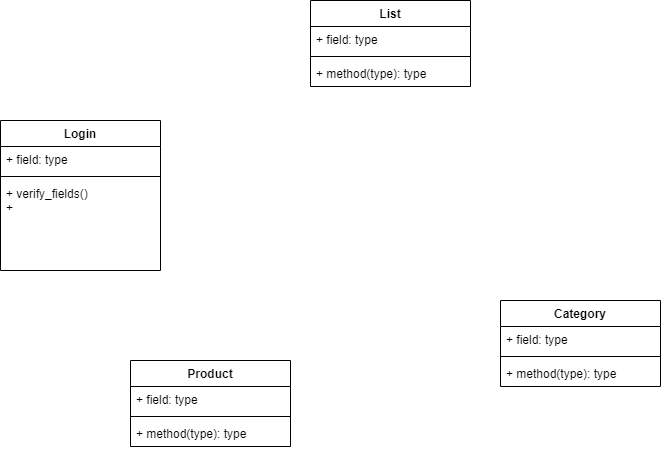
The draw.io diagram Diagrama de clases Obligatorio.png in ezio815/obligatorio_jap, before a commit. Source tidied: cells renumbered, new cells last; positions are measured from the earlier drawing's top-left corner, leaving out a move shared by most shapes. The source it was exported from:
```xml
<mxGraphModel>
  <root>
    <mxCell id="0" />
    <mxCell id="1" parent="0" />
    <mxCell id="2" value="Login" style="swimlane;fontStyle=1;align=center;verticalAlign=top;horizontal=1;startSize=26;" parent="1" vertex="1">
      <mxGeometry y="120" width="160" height="150" as="geometry" />
    </mxCell>
    <mxCell id="3" value="+ field: type" style="text;strokeColor=none;fillColor=none;align=left;verticalAlign=top;spacingLeft=4;spacingRight=4;overflow=hidden;" parent="2" vertex="1">
      <mxGeometry y="26" width="160" height="26" as="geometry" />
    </mxCell>
    <mxCell id="4" style="line;strokeWidth=1;fillColor=none;align=left;verticalAlign=middle;spacingTop=-1;spacingLeft=3;spacingRight=3;labelPosition=right;" parent="2" vertex="1">
      <mxGeometry y="52" width="160" height="8" as="geometry" />
    </mxCell>
    <mxCell id="5" value="+ verify_fields()&#10;+" style="text;strokeColor=none;fillColor=none;align=left;verticalAlign=top;spacingLeft=4;spacingRight=4;overflow=hidden;" parent="2" vertex="1">
      <mxGeometry y="60" width="160" height="90" as="geometry" />
    </mxCell>
    <mxCell id="6" value="Product" style="swimlane;fontStyle=1;align=center;verticalAlign=top;horizontal=1;startSize=26;" parent="1" vertex="1">
      <mxGeometry x="130" y="360" width="160" height="86" as="geometry" />
    </mxCell>
    <mxCell id="7" value="+ field: type" style="text;strokeColor=none;fillColor=none;align=left;verticalAlign=top;spacingLeft=4;spacingRight=4;overflow=hidden;" parent="6" vertex="1">
      <mxGeometry y="26" width="160" height="26" as="geometry" />
    </mxCell>
    <mxCell id="8" style="line;strokeWidth=1;fillColor=none;align=left;verticalAlign=middle;spacingTop=-1;spacingLeft=3;spacingRight=3;labelPosition=right;" parent="6" vertex="1">
      <mxGeometry y="52" width="160" height="8" as="geometry" />
    </mxCell>
    <mxCell id="9" value="+ method(type): type" style="text;strokeColor=none;fillColor=none;align=left;verticalAlign=top;spacingLeft=4;spacingRight=4;overflow=hidden;" parent="6" vertex="1">
      <mxGeometry y="60" width="160" height="26" as="geometry" />
    </mxCell>
    <mxCell id="10" value="List" style="swimlane;fontStyle=1;align=center;verticalAlign=top;horizontal=1;startSize=26;" parent="1" vertex="1">
      <mxGeometry x="310" width="160" height="86" as="geometry" />
    </mxCell>
    <mxCell id="11" value="+ field: type" style="text;strokeColor=none;fillColor=none;align=left;verticalAlign=top;spacingLeft=4;spacingRight=4;overflow=hidden;" parent="10" vertex="1">
      <mxGeometry y="26" width="160" height="26" as="geometry" />
    </mxCell>
    <mxCell id="12" style="line;strokeWidth=1;fillColor=none;align=left;verticalAlign=middle;spacingTop=-1;spacingLeft=3;spacingRight=3;labelPosition=right;" parent="10" vertex="1">
      <mxGeometry y="52" width="160" height="8" as="geometry" />
    </mxCell>
    <mxCell id="13" value="+ method(type): type" style="text;strokeColor=none;fillColor=none;align=left;verticalAlign=top;spacingLeft=4;spacingRight=4;overflow=hidden;" parent="10" vertex="1">
      <mxGeometry y="60" width="160" height="26" as="geometry" />
    </mxCell>
    <mxCell id="14" value="Category" style="swimlane;fontStyle=1;align=center;verticalAlign=top;horizontal=1;startSize=26;" parent="1" vertex="1">
      <mxGeometry x="500" y="300" width="160" height="86" as="geometry" />
    </mxCell>
    <mxCell id="15" value="+ field: type" style="text;strokeColor=none;fillColor=none;align=left;verticalAlign=top;spacingLeft=4;spacingRight=4;overflow=hidden;" parent="14" vertex="1">
      <mxGeometry y="26" width="160" height="26" as="geometry" />
    </mxCell>
    <mxCell id="16" style="line;strokeWidth=1;fillColor=none;align=left;verticalAlign=middle;spacingTop=-1;spacingLeft=3;spacingRight=3;labelPosition=right;" parent="14" vertex="1">
      <mxGeometry y="52" width="160" height="8" as="geometry" />
    </mxCell>
    <mxCell id="17" value="+ method(type): type" style="text;strokeColor=none;fillColor=none;align=left;verticalAlign=top;spacingLeft=4;spacingRight=4;overflow=hidden;" parent="14" vertex="1">
      <mxGeometry y="60" width="160" height="26" as="geometry" />
    </mxCell>
  </root>
</mxGraphModel>
```
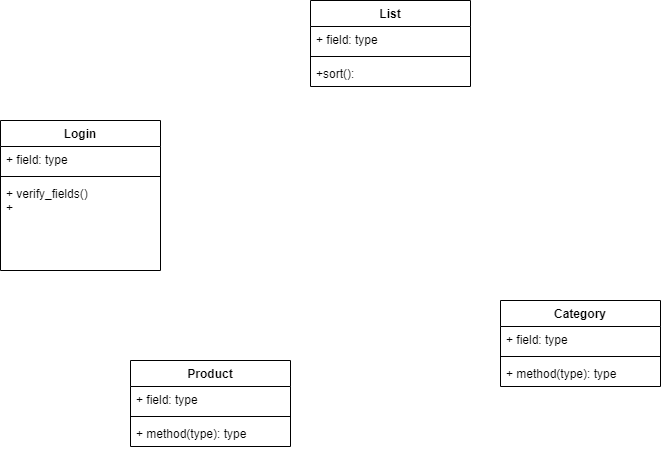
Above is the later version.

The edit, as a diff of the source:
```diff
@@ -35,7 +35,7 @@
     <mxCell id="12" style="line;strokeWidth=1;fillColor=none;align=left;verticalAlign=middle;spacingTop=-1;spacingLeft=3;spacingRight=3;labelPosition=right;" parent="10" vertex="1">
       <mxGeometry y="52" width="160" height="8" as="geometry" />
     </mxCell>
-    <mxCell id="13" value="+ method(type): type" style="text;strokeColor=none;fillColor=none;align=left;verticalAlign=top;spacingLeft=4;spacingRight=4;overflow=hidden;" parent="10" vertex="1">
+    <mxCell id="13" value="+sort():" style="text;strokeColor=none;fillColor=none;align=left;verticalAlign=top;spacingLeft=4;spacingRight=4;overflow=hidden;" parent="10" vertex="1">
       <mxGeometry y="60" width="160" height="26" as="geometry" />
     </mxCell>
     <mxCell id="14" value="Category" style="swimlane;fontStyle=1;align=center;verticalAlign=top;horizontal=1;startSize=26;" parent="1" vertex="1">
```
